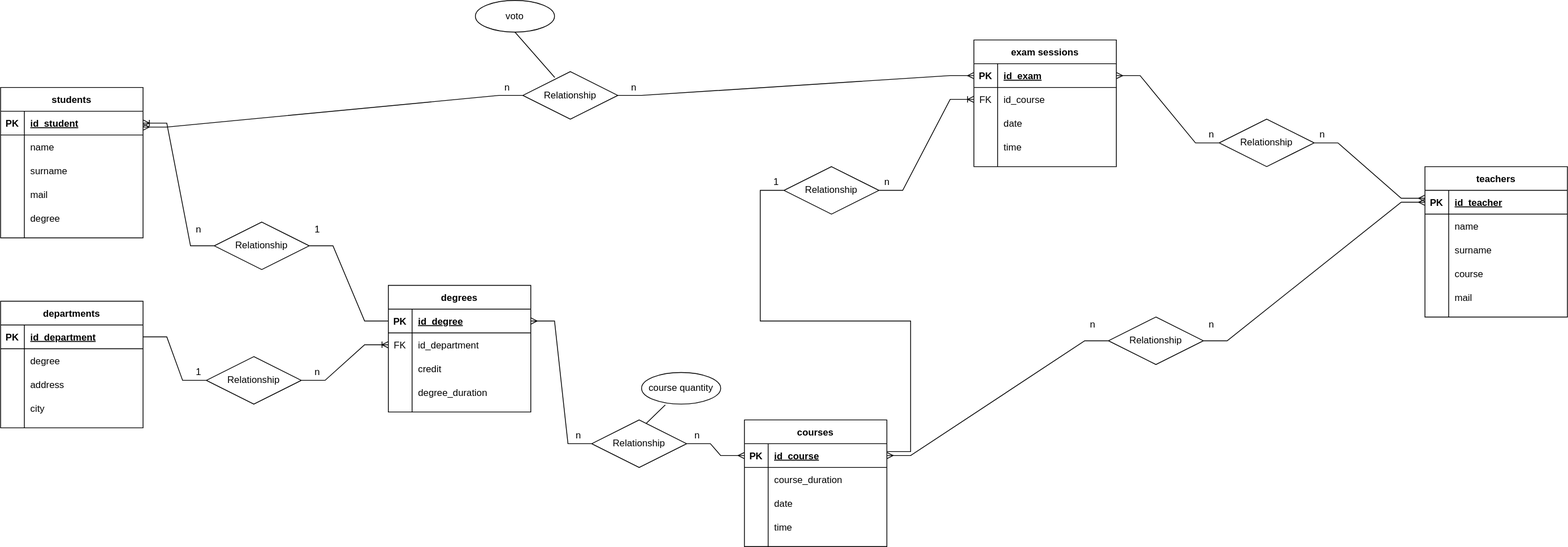
Lorbac/db-university keeps this draw.io diagram as tabella.svg. Above is the earlier version. Source tidied: cells renumbered, new cells last; positions are measured from the earlier drawing's top-left corner, leaving out a move shared by most shapes.
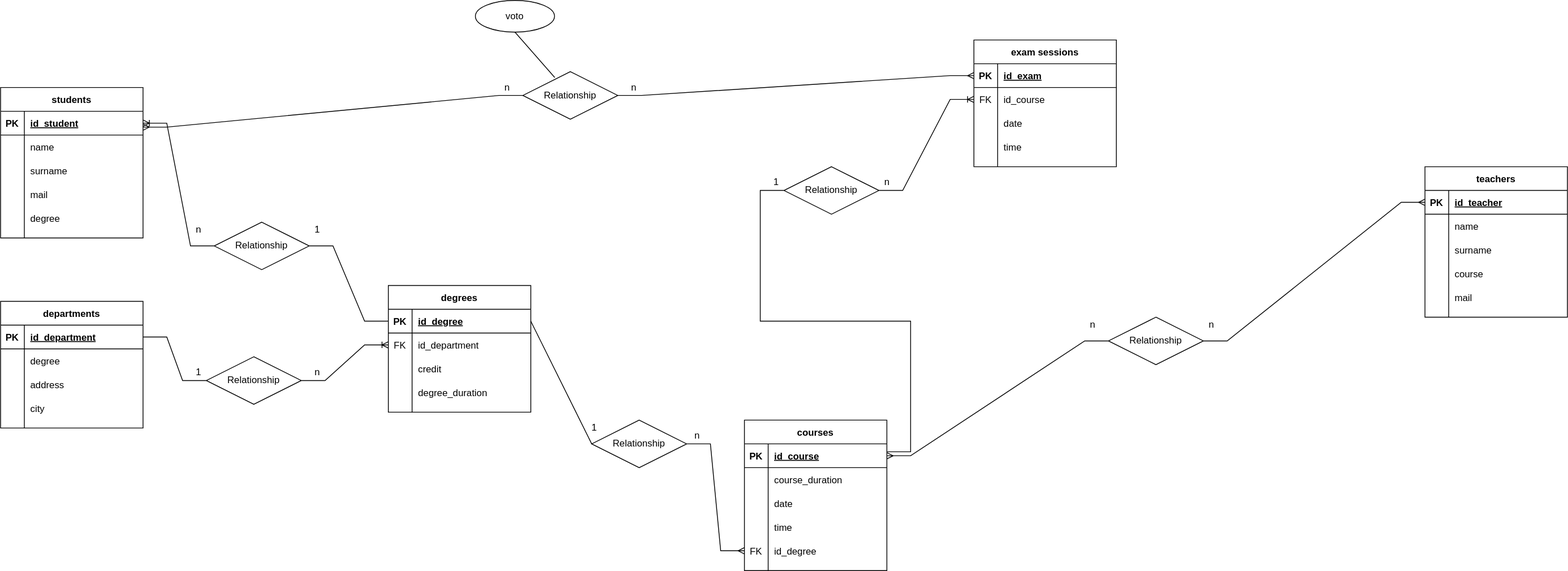
The same diagram one commit later.

What changed in the source:
```diff
@@ -138,7 +138,7 @@
       <mxGeometry x="30" width="150" height="30" as="geometry" />
     </mxCell>
     <mxCell id="47" value="courses" style="shape=table;startSize=30;rowLines=0;fontStyle=1;align=center;" parent="1" vertex="1">
-      <mxGeometry x="940" y="530" width="180" height="160" as="geometry" />
+      <mxGeometry x="940" y="530" width="180" height="190" as="geometry" />
     </mxCell>
     <mxCell id="48" style="shape=partialRectangle;fillColor=none;top=0;left=0;bottom=1;right=0;points=[[0,0.5],[1,0.5]];portConstraint=eastwest;" parent="47" vertex="1">
       <mxGeometry y="30" width="180" height="30" as="geometry" />
@@ -176,6 +176,15 @@
     <mxCell id="59" value="time" style="shape=partialRectangle;fillColor=none;top=0;left=0;bottom=0;right=0;align=left;spacingLeft=6;overflow=hidden;" parent="57" vertex="1">
       <mxGeometry x="30" width="150" height="30" as="geometry" />
     </mxCell>
+    <mxCell id="125" style="shape=partialRectangle;fillColor=none;top=0;left=0;bottom=0;right=0;points=[[0,0.5],[1,0.5]];portConstraint=eastwest;" parent="47" vertex="1">
+      <mxGeometry y="150" width="180" height="30" as="geometry" />
+    </mxCell>
+    <mxCell id="126" value="FK" style="shape=partialRectangle;fillColor=none;top=0;left=0;bottom=0;right=0;overflow=hidden;" parent="125" vertex="1">
+      <mxGeometry width="30" height="30" as="geometry" />
+    </mxCell>
+    <mxCell id="127" value="id_degree" style="shape=partialRectangle;fillColor=none;top=0;left=0;bottom=0;right=0;align=left;spacingLeft=6;overflow=hidden;" parent="125" vertex="1">
+      <mxGeometry x="30" width="150" height="30" as="geometry" />
+    </mxCell>
     <mxCell id="60" value="degrees" style="shape=table;startSize=30;rowLines=0;fontStyle=1;align=center;" parent="1" vertex="1">
       <mxGeometry x="490" y="360" width="180" height="160" as="geometry" />
     </mxCell>
@@ -269,29 +278,15 @@
     <mxCell id="90" value="n" style="text;html=1;align=center;verticalAlign=middle;strokeColor=none;fillColor=none;" parent="1" vertex="1">
       <mxGeometry x="390" y="460" width="20" height="20" as="geometry" />
     </mxCell>
-    <mxCell id="91" style="edgeStyle=entityRelationEdgeStyle;fontSize=12;html=1;endArrow=ERmany;startArrow=none;rounded=0;entryX=0;entryY=0.5;entryDx=0;entryDy=0;exitX=1;exitY=0.5;exitDx=0;exitDy=0;" parent="1" edge="1" source="96" target="48">
+    <mxCell id="91" style="edgeStyle=entityRelationEdgeStyle;fontSize=12;html=1;endArrow=ERmany;startArrow=none;rounded=0;exitX=1;exitY=0.5;exitDx=0;exitDy=0;entryX=0;entryY=0.5;entryDx=0;entryDy=0;" parent="1" edge="1" source="96" target="125">
       <mxGeometry relative="1" as="geometry" />
     </mxCell>
-    <mxCell id="92" value="course quantity" style="ellipse;whiteSpace=wrap;html=1;align=center;" parent="1" vertex="1">
-      <mxGeometry x="810" y="470" width="100" height="40" as="geometry" />
-    </mxCell>
-    <mxCell id="93" style="endArrow=none;html=1;rounded=0;exitX=0.3;exitY=1.025;exitDx=0;exitDy=0;exitPerimeter=0;" parent="1" edge="1" source="92">
-      <mxGeometry relative="1" as="geometry">
-        <mxPoint x="810" y="540" as="targetPoint" />
-      </mxGeometry>
-    </mxCell>
-    <mxCell id="94" value="n" style="text;html=1;align=center;verticalAlign=middle;strokeColor=none;fillColor=none;" parent="1" vertex="1">
-      <mxGeometry x="720" y="540" width="20" height="20" as="geometry" />
-    </mxCell>
     <mxCell id="95" value="n" style="text;html=1;align=center;verticalAlign=middle;strokeColor=none;fillColor=none;" parent="1" vertex="1">
       <mxGeometry x="870" y="540" width="20" height="20" as="geometry" />
     </mxCell>
     <mxCell id="96" value="Relationship" style="shape=rhombus;perimeter=rhombusPerimeter;whiteSpace=wrap;html=1;align=center;" parent="1" vertex="1">
       <mxGeometry x="747" y="530" width="120" height="60" as="geometry" />
     </mxCell>
-    <mxCell id="97" style="edgeStyle=entityRelationEdgeStyle;fontSize=12;html=1;endArrow=none;startArrow=ERmany;rounded=0;entryX=0;entryY=0.5;entryDx=0;entryDy=0;exitX=1;exitY=0.5;exitDx=0;exitDy=0;" parent="1" edge="1" source="61" target="96">
-      <mxGeometry relative="1" as="geometry" />
-    </mxCell>
     <mxCell id="98" style="edgeStyle=entityRelationEdgeStyle;fontSize=12;html=1;endArrow=ERoneToMany;rounded=0;exitX=0;exitY=0.5;exitDx=0;exitDy=0;startArrow=none;entryX=1;entryY=0.5;entryDx=0;entryDy=0;" parent="1" edge="1" source="99" target="16">
       <mxGeometry relative="1" as="geometry" />
     </mxCell>
@@ -310,11 +305,6 @@
     <mxCell id="103" style="edgeStyle=entityRelationEdgeStyle;fontSize=12;html=1;endArrow=ERmany;startArrow=none;rounded=0;entryX=0;entryY=0.5;entryDx=0;entryDy=0;exitX=1;exitY=0.5;exitDx=0;exitDy=0;" parent="1" edge="1" source="112" target="32">
       <mxGeometry relative="1" as="geometry" />
     </mxCell>
-    <mxCell id="104" style="edgeStyle=entityRelationEdgeStyle;fontSize=12;html=1;endArrow=ERmany;startArrow=none;rounded=0;" parent="1" edge="1" source="110">
-      <mxGeometry relative="1" as="geometry">
-        <mxPoint x="1800" y="250" as="targetPoint" />
-      </mxGeometry>
-    </mxCell>
     <mxCell id="105" style="edgeStyle=entityRelationEdgeStyle;fontSize=12;html=1;endArrow=ERoneToMany;rounded=0;exitX=1;exitY=0.5;exitDx=0;exitDy=0;entryX=0;entryY=0.5;entryDx=0;entryDy=0;startArrow=none;" parent="1" edge="1" source="106" target="77">
       <mxGeometry relative="1" as="geometry" />
     </mxCell>
@@ -332,12 +322,6 @@
     <mxCell id="109" value="n" style="text;html=1;align=center;verticalAlign=middle;strokeColor=none;fillColor=none;" parent="1" vertex="1">
       <mxGeometry x="1110" y="220" width="20" height="20" as="geometry" />
     </mxCell>
-    <mxCell id="110" value="Relationship" style="shape=rhombus;perimeter=rhombusPerimeter;whiteSpace=wrap;html=1;align=center;" parent="1" vertex="1">
-      <mxGeometry x="1540" y="150" width="120" height="60" as="geometry" />
-    </mxCell>
-    <mxCell id="111" style="edgeStyle=entityRelationEdgeStyle;fontSize=12;html=1;endArrow=none;startArrow=ERmany;rounded=0;entryX=0;entryY=0.5;entryDx=0;entryDy=0;" parent="1" edge="1" source="74" target="110">
-      <mxGeometry relative="1" as="geometry" />
-    </mxCell>
     <mxCell id="112" value="Relationship" style="shape=rhombus;perimeter=rhombusPerimeter;whiteSpace=wrap;html=1;align=center;" parent="1" vertex="1">
       <mxGeometry x="1400" y="400" width="120" height="60" as="geometry" />
     </mxCell>
@@ -350,12 +334,6 @@
     <mxCell id="115" value="n" style="text;html=1;align=center;verticalAlign=middle;strokeColor=none;fillColor=none;" parent="1" vertex="1">
       <mxGeometry x="1520" y="400" width="20" height="20" as="geometry" />
     </mxCell>
-    <mxCell id="116" value="n" style="text;html=1;align=center;verticalAlign=middle;strokeColor=none;fillColor=none;" parent="1" vertex="1">
-      <mxGeometry x="1520" y="160" width="20" height="20" as="geometry" />
-    </mxCell>
-    <mxCell id="117" value="n" style="text;html=1;align=center;verticalAlign=middle;strokeColor=none;fillColor=none;" parent="1" vertex="1">
-      <mxGeometry x="1660" y="160" width="20" height="20" as="geometry" />
-    </mxCell>
     <mxCell id="118" style="edgeStyle=entityRelationEdgeStyle;fontSize=12;html=1;endArrow=ERmany;startArrow=none;rounded=0;exitX=1;exitY=0.5;exitDx=0;exitDy=0;entryX=0;entryY=0.5;entryDx=0;entryDy=0;" parent="1" edge="1" source="119" target="74">
       <mxGeometry relative="1" as="geometry" />
     </mxCell>
@@ -379,5 +357,11 @@
     <mxCell id="124" style="endArrow=none;html=1;rounded=0;exitX=0.336;exitY=0.123;exitDx=0;exitDy=0;entryX=0.5;entryY=1;entryDx=0;entryDy=0;exitPerimeter=0;" parent="1" edge="1" source="119" target="123">
       <mxGeometry relative="1" as="geometry" />
     </mxCell>
+    <mxCell id="97" style="endArrow=none;html=1;rounded=0;exitX=1;exitY=0.5;exitDx=0;exitDy=0;entryX=0;entryY=0.5;entryDx=0;entryDy=0;" parent="1" edge="1" source="61" target="96">
+      <mxGeometry relative="1" as="geometry" />
+    </mxCell>
+    <mxCell id="128" value="1" style="text;html=1;align=center;verticalAlign=middle;strokeColor=none;fillColor=none;" parent="1" vertex="1">
+      <mxGeometry x="740" y="530" width="20" height="20" as="geometry" />
+    </mxCell>
   </root>
 </mxGraphModel>
```
